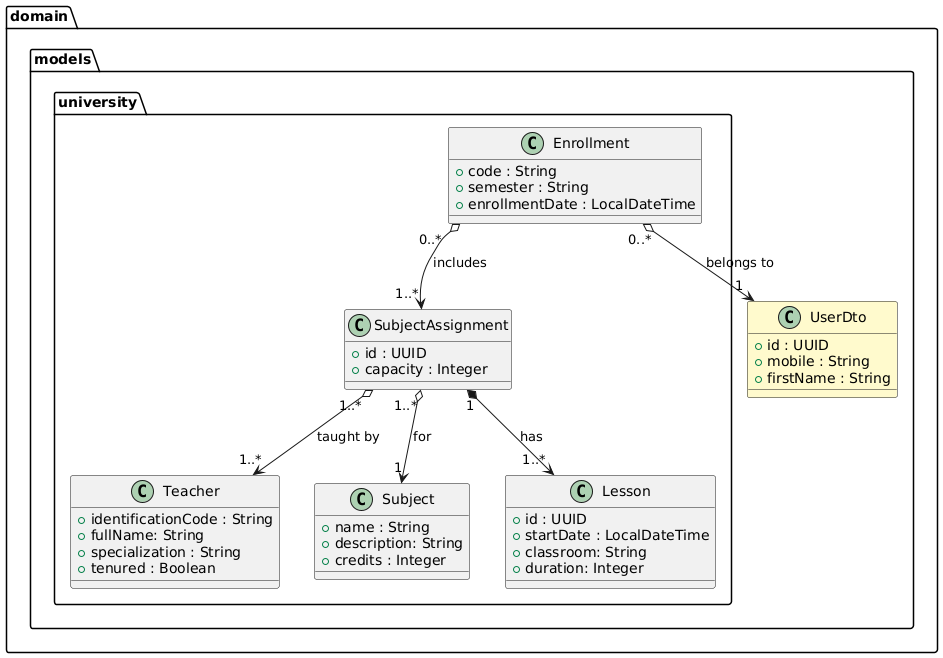
The PlantUML diagram docs/university.png in miw-upm/apaw-practice, before a commit.
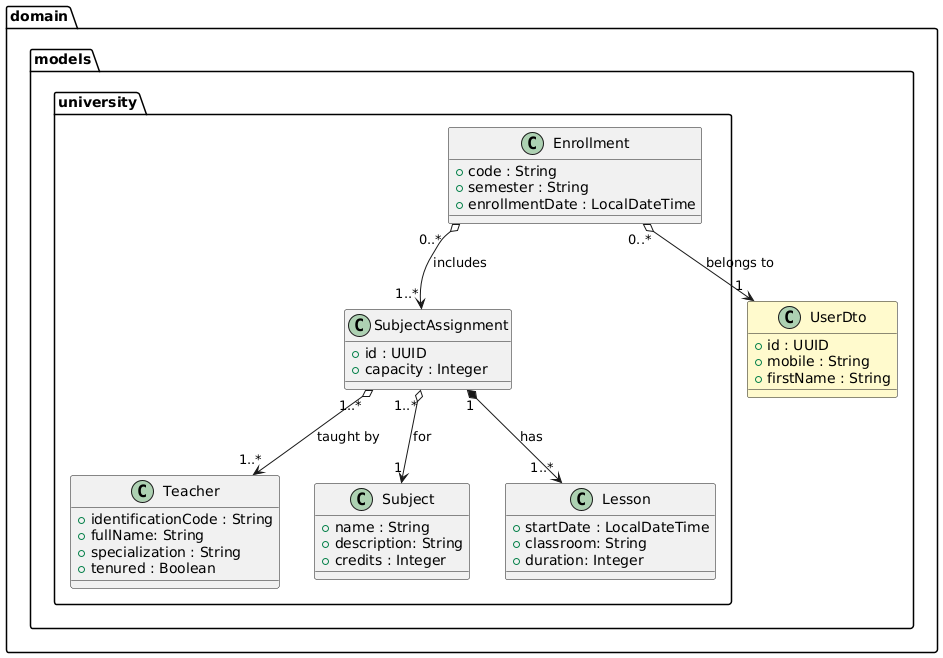
Later version of the same file.

The edit, as a diff of the source:
```diff
@@ -22,7 +22,6 @@
       }
 
       class Lesson {
-        +id : UUID
         +startDate : LocalDateTime
         +classroom: String
         +duration: Integer
```
